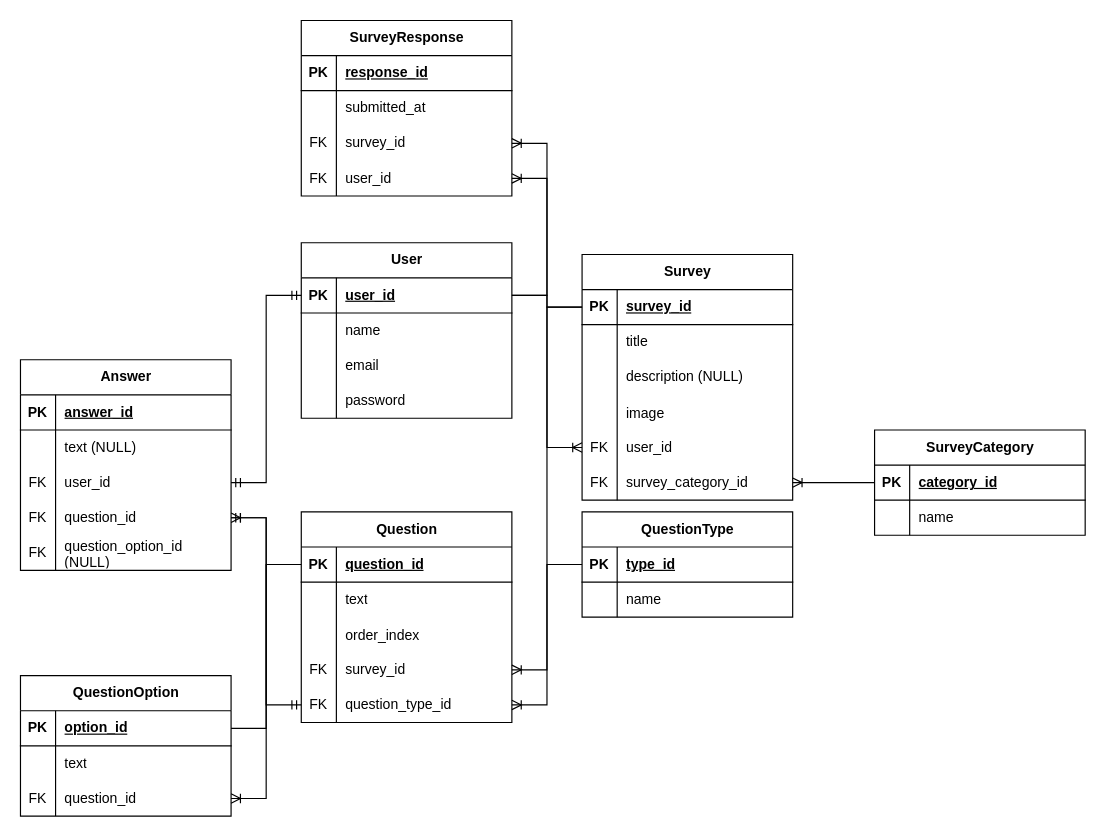
Before: db-diagram.drawio in cesarom18/quick-survey, a draw.io diagram. Source tidied: cells renumbered, new cells numbered last; positions are measured from the earlier drawing's top-left corner, leaving out a move shared by most shapes. Both pictures are drawn from the tidied source at 117%, with x=0, y=0 at pixel (20, 20).
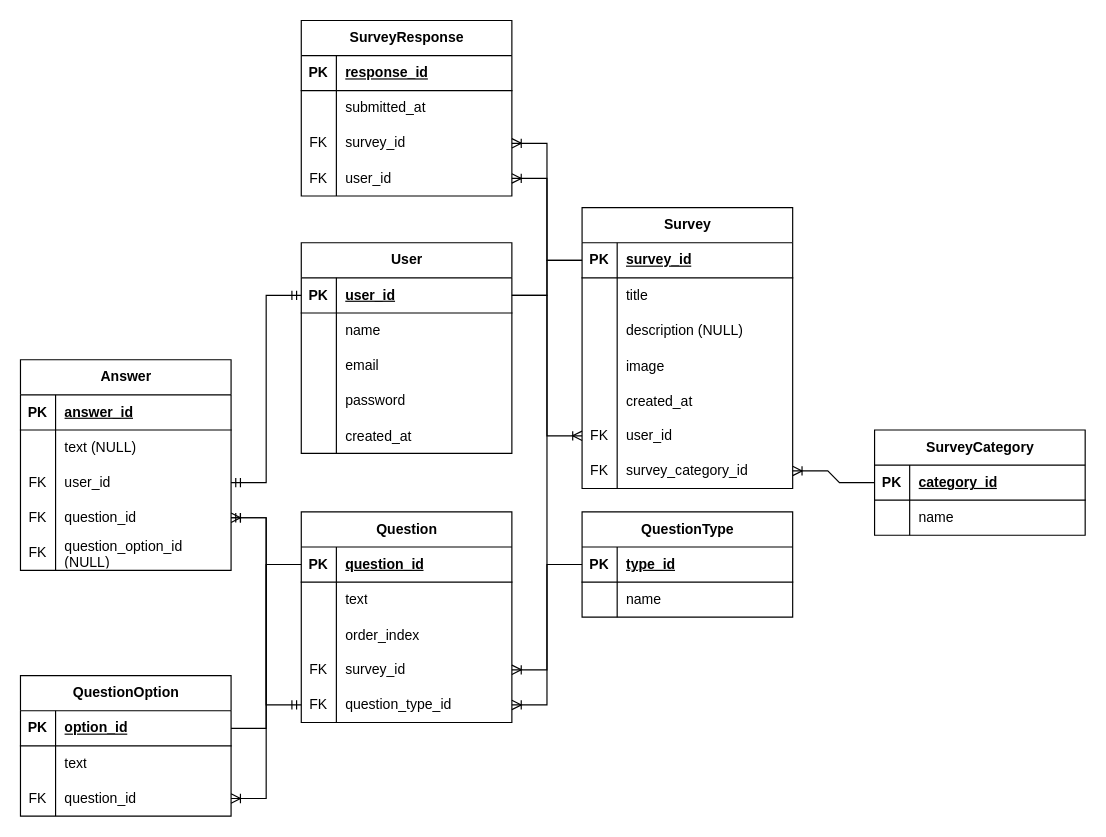
The same diagram, later.

Commit message:
Update database diagram

Change to the diagram source:
```diff
@@
     <mxCell id="2" value="User" style="shape=table;startSize=30;childLayout=tableLayout;rowLines=0;fontStyle=1;align=center;html=1;" parent="1" vertex="1">
-      <mxGeometry x="240" y="190" width="180" height="150" as="geometry" />
+      <mxGeometry x="240" y="190" width="180" height="180" as="geometry" />
     </mxCell>
@@
+    <mxCell id="113" style="shape=tableRow;horizontal=0;startSize=0;swimlaneHead=0;swimlaneBody=0;fillColor=none;top=0;left=0;right=0;bottom=0;" parent="2" vertex="1">
+      <mxGeometry y="150" width="180" height="30" as="geometry" />
+    </mxCell>
+    <mxCell id="114" style="shape=partialRectangle;fillColor=none;top=0;left=0;bottom=0;right=0;overflow=hidden;" parent="113" vertex="1">
+      <mxGeometry width="30" height="30" as="geometry" />
+    </mxCell>
+    <mxCell id="115" value="created_at" style="shape=partialRectangle;fillColor=none;top=0;left=0;bottom=0;right=0;align=left;spacingLeft=6;overflow=hidden;" parent="113" vertex="1">
+      <mxGeometry x="30" width="150" height="30" as="geometry" />
+    </mxCell>
     <mxCell id="15" value="Survey" style="shape=table;startSize=30;childLayout=tableLayout;rowLines=0;fontStyle=1;align=center;html=1;" parent="1" vertex="1">
-      <mxGeometry x="480" y="200" width="180" height="210" as="geometry" />
+      <mxGeometry x="480" y="160" width="180" height="240" as="geometry" />
     </mxCell>
@@
+    <mxCell id="116" style="shape=tableRow;horizontal=0;startSize=0;swimlaneHead=0;swimlaneBody=0;fillColor=none;top=0;left=0;right=0;bottom=0;" parent="15" vertex="1">
+      <mxGeometry y="150" width="180" height="30" as="geometry" />
+    </mxCell>
+    <mxCell id="117" style="shape=partialRectangle;fillColor=none;top=0;left=0;bottom=0;right=0;overflow=hidden;" parent="116" vertex="1">
+      <mxGeometry width="30" height="30" as="geometry" />
+    </mxCell>
+    <mxCell id="118" value="created_at" style="shape=partialRectangle;fillColor=none;top=0;left=0;bottom=0;right=0;align=left;spacingLeft=6;overflow=hidden;" parent="116" vertex="1">
+      <mxGeometry x="30" width="150" height="30" as="geometry" />
+    </mxCell>
     <mxCell id="28" style="shape=tableRow;horizontal=0;startSize=0;swimlaneHead=0;swimlaneBody=0;fillColor=none;points=[[0,0.5],[1,0.5]];portConstraint=eastwest;top=0;left=0;right=0;bottom=0;" parent="15" vertex="1">
-      <mxGeometry y="150" width="180" height="30" as="geometry" />
+      <mxGeometry y="180" width="180" height="30" as="geometry" />
     </mxCell>
@@
     <mxCell id="31" style="shape=tableRow;horizontal=0;startSize=0;swimlaneHead=0;swimlaneBody=0;fillColor=none;points=[[0,0.5],[1,0.5]];portConstraint=eastwest;top=0;left=0;right=0;bottom=0;" parent="15" vertex="1">
-      <mxGeometry y="180" width="180" height="30" as="geometry" />
+      <mxGeometry y="210" width="180" height="30" as="geometry" />
     </mxCell>
```
